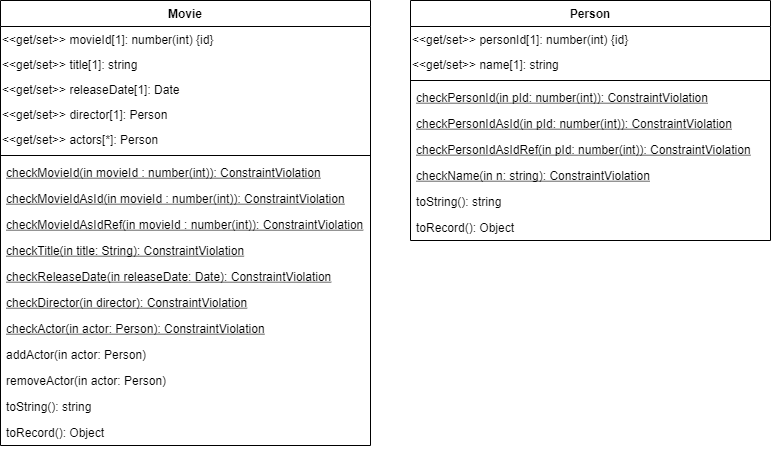
Above: docs/assignment4/js_class_model.png in minaleebtu/webapp-lee (draw.io), before the change. Source tidied: cells renumbered, new cells last; positions are measured from the earlier drawing's top-left corner, leaving out a move shared by most shapes.
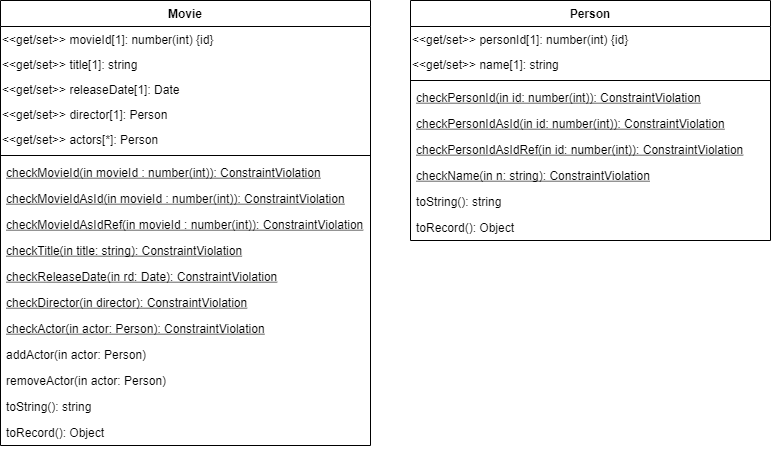
Later version of the same file.

Change to the diagram source:
```diff
@@ -32,10 +32,10 @@
     <mxCell id="11" value="checkMovieIdAsIdRef(in movieId : number(int)): ConstraintViolation" style="text;strokeColor=none;fillColor=none;align=left;verticalAlign=top;spacingLeft=4;spacingRight=4;overflow=hidden;fontStyle=4;" parent="2" vertex="1">
       <mxGeometry y="211" width="370" height="26" as="geometry" />
     </mxCell>
-    <mxCell id="12" value="checkTitle(in title: String): ConstraintViolation" style="text;strokeColor=none;fillColor=none;align=left;verticalAlign=top;spacingLeft=4;spacingRight=4;overflow=hidden;fontStyle=4;" parent="2" vertex="1">
+    <mxCell id="12" value="checkTitle(in title: string): ConstraintViolation" style="text;strokeColor=none;fillColor=none;align=left;verticalAlign=top;spacingLeft=4;spacingRight=4;overflow=hidden;fontStyle=4;" parent="2" vertex="1">
       <mxGeometry y="237" width="370" height="26" as="geometry" />
     </mxCell>
-    <mxCell id="13" value="checkReleaseDate(in releaseDate: Date): ConstraintViolation" style="text;strokeColor=none;fillColor=none;align=left;verticalAlign=top;spacingLeft=4;spacingRight=4;overflow=hidden;fontStyle=4;" parent="2" vertex="1">
+    <mxCell id="13" value="checkReleaseDate(in rd: Date): ConstraintViolation" style="text;strokeColor=none;fillColor=none;align=left;verticalAlign=top;spacingLeft=4;spacingRight=4;overflow=hidden;fontStyle=4;" parent="2" vertex="1">
       <mxGeometry y="263" width="370" height="26" as="geometry" />
     </mxCell>
     <mxCell id="14" value="checkDirector(in director): ConstraintViolation" style="text;strokeColor=none;fillColor=none;align=left;verticalAlign=top;spacingLeft=4;spacingRight=4;overflow=hidden;fontStyle=4;" parent="2" vertex="1">
@@ -68,13 +68,13 @@
     <mxCell id="23" style="line;strokeWidth=1;fillColor=none;align=left;verticalAlign=middle;spacingTop=-1;spacingLeft=3;spacingRight=3;labelPosition=right;" parent="20" vertex="1">
       <mxGeometry y="76" width="360" height="8" as="geometry" />
     </mxCell>
-    <mxCell id="24" value="checkPersonId(in pId: number(int)): ConstraintViolation" style="text;strokeColor=none;fillColor=none;align=left;verticalAlign=top;spacingLeft=4;spacingRight=4;overflow=hidden;fontStyle=4;" parent="20" vertex="1">
+    <mxCell id="24" value="checkPersonId(in id: number(int)): ConstraintViolation" style="text;strokeColor=none;fillColor=none;align=left;verticalAlign=top;spacingLeft=4;spacingRight=4;overflow=hidden;fontStyle=4;" parent="20" vertex="1">
       <mxGeometry y="84" width="360" height="26" as="geometry" />
     </mxCell>
-    <mxCell id="25" value="checkPersonIdAsId(in pId: number(int)): ConstraintViolation" style="text;strokeColor=none;fillColor=none;align=left;verticalAlign=top;spacingLeft=4;spacingRight=4;overflow=hidden;fontStyle=4;" parent="20" vertex="1">
+    <mxCell id="25" value="checkPersonIdAsId(in id: number(int)): ConstraintViolation" style="text;strokeColor=none;fillColor=none;align=left;verticalAlign=top;spacingLeft=4;spacingRight=4;overflow=hidden;fontStyle=4;" parent="20" vertex="1">
       <mxGeometry y="110" width="360" height="26" as="geometry" />
     </mxCell>
-    <mxCell id="26" value="checkPersonIdAsIdRef(in pId: number(int)): ConstraintViolation" style="text;strokeColor=none;fillColor=none;align=left;verticalAlign=top;spacingLeft=4;spacingRight=4;overflow=hidden;fontStyle=4;" parent="20" vertex="1">
+    <mxCell id="26" value="checkPersonIdAsIdRef(in id: number(int)): ConstraintViolation" style="text;strokeColor=none;fillColor=none;align=left;verticalAlign=top;spacingLeft=4;spacingRight=4;overflow=hidden;fontStyle=4;" parent="20" vertex="1">
       <mxGeometry y="136" width="360" height="26" as="geometry" />
     </mxCell>
     <mxCell id="27" value="checkName(in n: string): ConstraintViolation" style="text;strokeColor=none;fillColor=none;align=left;verticalAlign=top;spacingLeft=4;spacingRight=4;overflow=hidden;fontStyle=4;" parent="20" vertex="1">
```
